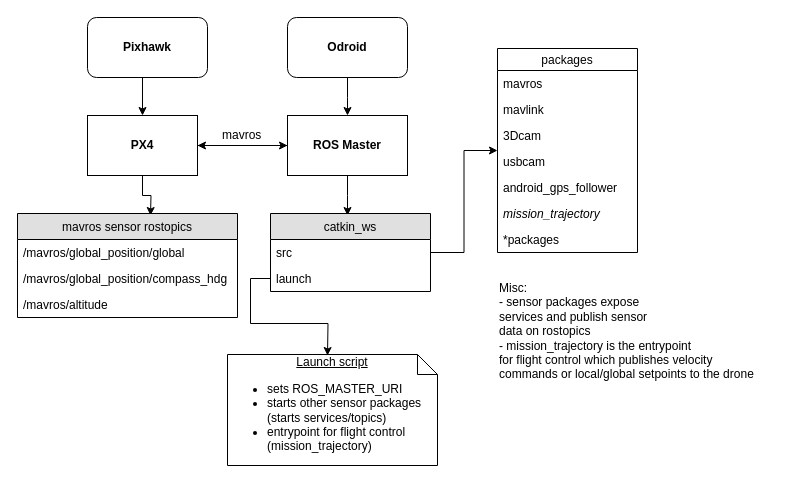
Earlier version of the draw.io diagram Software Architecture.drawio (prasannawilliams/high-level-architecture). Source tidied: cells renumbered, new cells numbered last; positions are measured from the earlier drawing's top-left corner, leaving out a move shared by most shapes. Both pictures are drawn from the tidied source at 100%, with x=0, y=0 at pixel (17, 17).
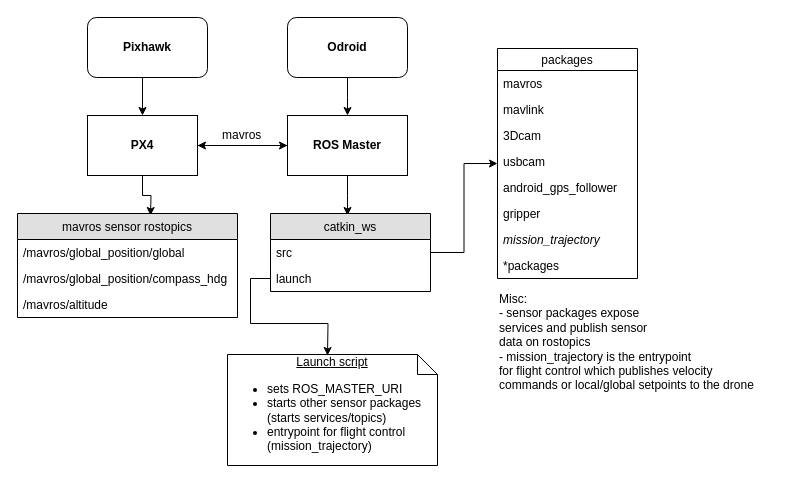
Above is the later version.

What changed in the source:
```diff
@@
     <mxCell id="21" value="packages" style="swimlane;fontStyle=0;horizontal=1;startSize=22;fillColor=none;swimlaneFillColor=#ffffff;align=center;fontSize=12;" parent="1" vertex="1">
-      <mxGeometry x="480" y="31" width="140" height="204" as="geometry" />
+      <mxGeometry x="480" y="31" width="140" height="230" as="geometry" />
     </mxCell>
@@
+    <mxCell id="32" value="gripper" style="text;strokeColor=none;fillColor=none;spacingLeft=4;spacingRight=4;overflow=hidden;fontSize=12;" parent="21" vertex="1">
+      <mxGeometry y="152" width="140" height="26" as="geometry" />
+    </mxCell>
     <mxCell id="27" value="mission_trajectory" style="text;strokeColor=none;fillColor=none;spacingLeft=4;spacingRight=4;overflow=hidden;fontSize=12;fontStyle=2;" parent="21" vertex="1">
-      <mxGeometry y="152" width="140" height="26" as="geometry" />
+      <mxGeometry y="178" width="140" height="26" as="geometry" />
     </mxCell>
     <mxCell id="28" value="*packages" style="text;strokeColor=none;fillColor=none;spacingLeft=4;spacingRight=4;overflow=hidden;fontSize=12;" parent="21" vertex="1">
-      <mxGeometry y="178" width="140" height="26" as="geometry" />
+      <mxGeometry y="204" width="140" height="26" as="geometry" />
     </mxCell>
@@
     <mxCell id="31" value="Misc:&lt;br&gt;- sensor packages expose&amp;nbsp;&lt;br&gt;services and publish sensor&lt;br&gt;data on rostopics&lt;br&gt;- mission_trajectory is the entrypoint&lt;br&gt;for flight control which publishes velocity&lt;br&gt;commands or local/global setpoints to the drone&lt;br&gt;" style="text;html=1;align=left;verticalAlign=top;spacingTop=-4;" parent="1" vertex="1">
-      <mxGeometry x="480" y="261" width="270" height="100" as="geometry" />
+      <mxGeometry x="480" y="272" width="270" height="100" as="geometry" />
     </mxCell>
```
